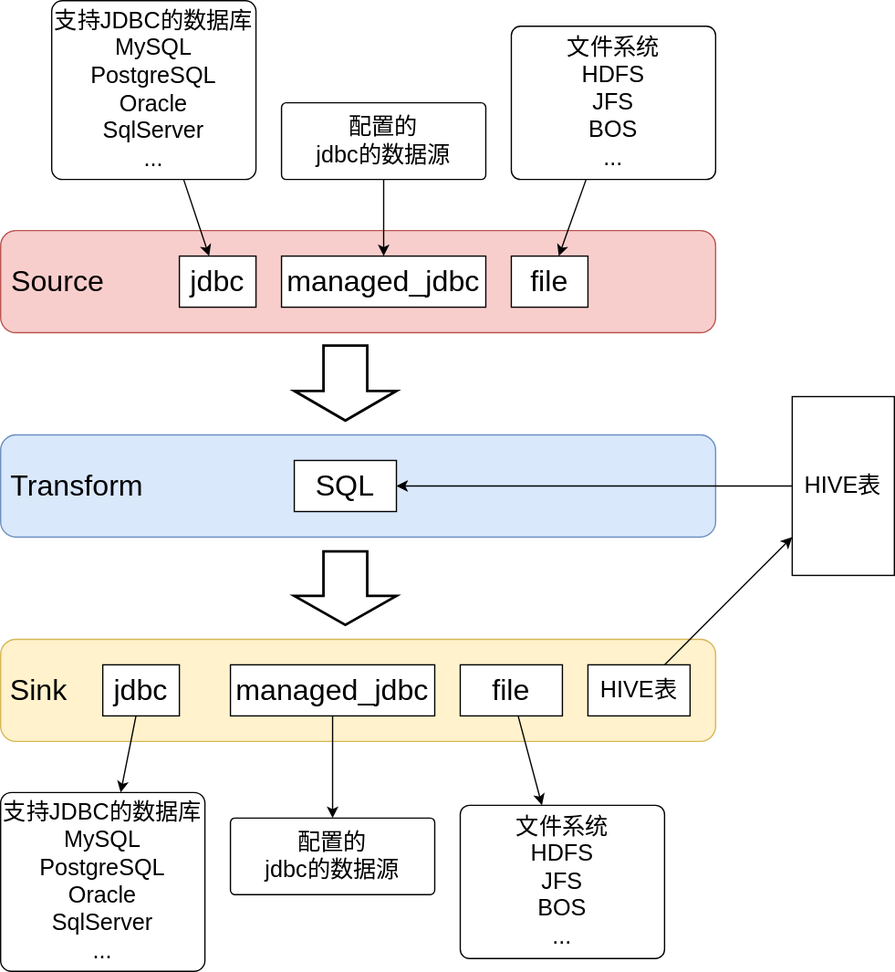
Earlier version of the draw.io export maple-engine-plugins/maple-spark/apps/maple-spark-data-calc/architecture.svg (rarexixi/maple). Source tidied: cells renumbered, new cells last; positions are measured from the earlier drawing's top-left corner, leaving out a move shared by most shapes.
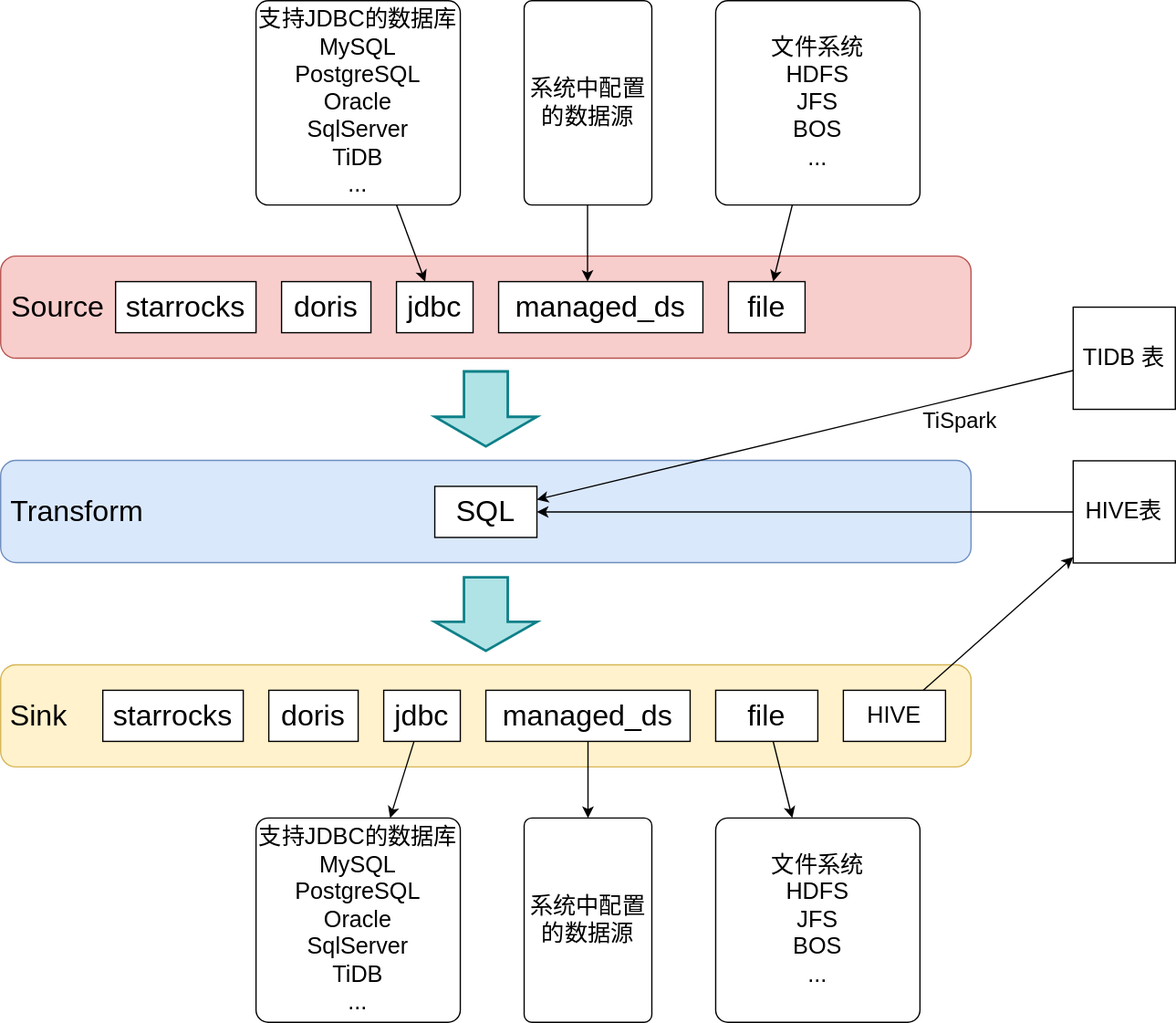
After the commit.

Change to the diagram source:
```diff
@@ -3,34 +3,34 @@
     <mxCell id="0" />
     <mxCell id="1" parent="0" />
     <mxCell id="2" style="rounded=1;whiteSpace=wrap;html=1;fillColor=#f8cecc;strokeColor=#b85450;" parent="1" vertex="1">
-      <mxGeometry y="180" width="560" height="80" as="geometry" />
+      <mxGeometry x="-200" y="180" width="760" height="80" as="geometry" />
     </mxCell>
     <mxCell id="3" style="rounded=1;whiteSpace=wrap;html=1;fillColor=#dae8fc;strokeColor=#6c8ebf;" parent="1" vertex="1">
-      <mxGeometry y="340" width="560" height="80" as="geometry" />
+      <mxGeometry x="-200" y="340" width="760" height="80" as="geometry" />
     </mxCell>
-    <mxCell id="4" style="shape=mxgraph.flowchart.transfer;whiteSpace=wrap;html=1;fillColor=#ffffff;strokeColor=#000000;strokeWidth=2;rotation=90;" parent="1" vertex="1">
-      <mxGeometry x="240.6" y="259.4" width="58.8" height="80" as="geometry" />
+    <mxCell id="4" style="shape=mxgraph.flowchart.transfer;whiteSpace=wrap;html=1;fillColor=#b0e3e6;strokeColor=#0e8088;strokeWidth=2;rotation=90;" parent="1" vertex="1">
+      <mxGeometry x="150.6" y="259.7" width="58.8" height="80" as="geometry" />
     </mxCell>
     <mxCell id="5" style="rounded=1;whiteSpace=wrap;html=1;fillColor=#fff2cc;strokeColor=#d6b656;" parent="1" vertex="1">
-      <mxGeometry y="500" width="560" height="80" as="geometry" />
+      <mxGeometry x="-200" y="500" width="760" height="80" as="geometry" />
     </mxCell>
     <mxCell id="6" value="Source" style="text;html=1;strokeColor=none;fillColor=none;align=center;verticalAlign=middle;whiteSpace=wrap;rounded=0;fontSize=23;" parent="1" vertex="1">
-      <mxGeometry y="200" width="90" height="40" as="geometry" />
+      <mxGeometry x="-200" y="200" width="90" height="40" as="geometry" />
     </mxCell>
     <mxCell id="7" value="Transform" style="text;html=1;strokeColor=none;fillColor=none;align=center;verticalAlign=middle;whiteSpace=wrap;rounded=0;fontSize=23;" parent="1" vertex="1">
-      <mxGeometry y="360" width="120" height="40" as="geometry" />
+      <mxGeometry x="-200" y="360" width="120" height="40" as="geometry" />
     </mxCell>
     <mxCell id="8" value="Sink" style="text;html=1;strokeColor=none;fillColor=none;align=center;verticalAlign=middle;whiteSpace=wrap;rounded=0;fontSize=23;" parent="1" vertex="1">
-      <mxGeometry y="520" width="60" height="40" as="geometry" />
+      <mxGeometry x="-200" y="520" width="60" height="40" as="geometry" />
     </mxCell>
     <mxCell id="9" value="jdbc" style="rounded=0;whiteSpace=wrap;html=1;fontSize=23;" parent="1" vertex="1">
-      <mxGeometry x="140" y="200" width="60" height="40" as="geometry" />
+      <mxGeometry x="110" y="200" width="60" height="40" as="geometry" />
     </mxCell>
     <mxCell id="10" value="file" style="rounded=0;whiteSpace=wrap;html=1;fontSize=23;" parent="1" vertex="1">
-      <mxGeometry x="400" y="200" width="60" height="40" as="geometry" />
+      <mxGeometry x="370" y="200" width="60" height="40" as="geometry" />
     </mxCell>
     <mxCell id="11" value="SQL" style="rounded=0;whiteSpace=wrap;html=1;fontSize=23;" parent="1" vertex="1">
-      <mxGeometry x="230" y="360" width="80" height="40" as="geometry" />
+      <mxGeometry x="140" y="360.3" width="80" height="40" as="geometry" />
     </mxCell>
     <mxCell id="12" style="endArrow=classic;html=1;fontSize=18;" parent="1" edge="1" source="25" target="9">
       <mxGeometry relative="1" as="geometry" />
@@ -38,14 +38,14 @@
     <mxCell id="13" style="endArrow=classic;html=1;fontSize=18;" parent="1" edge="1" source="26" target="10">
       <mxGeometry relative="1" as="geometry" />
     </mxCell>
-    <mxCell id="14" style="shape=mxgraph.flowchart.transfer;whiteSpace=wrap;html=1;fillColor=#ffffff;strokeColor=#000000;strokeWidth=2;rotation=90;" parent="1" vertex="1">
-      <mxGeometry x="241.2" y="420" width="57.5" height="80" as="geometry" />
+    <mxCell id="14" style="shape=mxgraph.flowchart.transfer;whiteSpace=wrap;html=1;fillColor=#b0e3e6;strokeColor=#0e8088;strokeWidth=2;rotation=90;" parent="1" vertex="1">
+      <mxGeometry x="151.2" y="420.3" width="57.5" height="80" as="geometry" />
     </mxCell>
     <mxCell id="15" style="edgeStyle=none;rounded=0;jettySize=auto;html=1;fontSize=18;" parent="1" edge="1" source="16" target="11">
       <mxGeometry relative="1" as="geometry" />
     </mxCell>
     <mxCell id="16" value="HIVE表" style="rounded=0;whiteSpace=wrap;html=1;fontSize=18;" parent="1" vertex="1">
-      <mxGeometry x="620" y="310" width="80" height="140" as="geometry" />
+      <mxGeometry x="640" y="340.3" width="80" height="80" as="geometry" />
     </mxCell>
     <mxCell id="17" style="rounded=1;jettySize=auto;html=1;fontSize=18;" parent="1" edge="1" source="18" target="24">
       <mxGeometry relative="1" as="geometry" />
@@ -56,44 +56,67 @@
     <mxCell id="19" style="edgeStyle=none;html=1;" parent="1" edge="1" source="20" target="16">
       <mxGeometry relative="1" as="geometry" />
     </mxCell>
-    <mxCell id="20" value="HIVE表" style="rounded=0;whiteSpace=wrap;html=1;fontSize=18;" parent="1" vertex="1">
+    <mxCell id="20" value="HIVE" style="rounded=0;whiteSpace=wrap;html=1;fontSize=18;" parent="1" vertex="1">
       <mxGeometry x="460" y="520" width="80" height="40" as="geometry" />
     </mxCell>
-    <mxCell id="21" value="&lt;span style=&quot;&quot;&gt;支持JDBC的数据库&lt;br&gt;MySQL&lt;br&gt;PostgreSQL&lt;br&gt;Oracle&lt;br&gt;SqlServer&lt;br&gt;...&lt;br&gt;&lt;/span&gt;" style="rounded=1;whiteSpace=wrap;html=1;fontSize=18;arcSize=6;fontStyle=0;" parent="1" vertex="1">
-      <mxGeometry y="620" width="160" height="140" as="geometry" />
+    <mxCell id="21" value="&lt;span style=&quot;&quot;&gt;支持JDBC的数据库&lt;br&gt;MySQL&lt;br&gt;PostgreSQL&lt;br&gt;Oracle&lt;br&gt;SqlServer&lt;br&gt;TiDB&lt;br&gt;...&lt;br&gt;&lt;/span&gt;" style="rounded=1;whiteSpace=wrap;html=1;fontSize=18;arcSize=6;fontStyle=0;" parent="1" vertex="1">
+      <mxGeometry y="620" width="160" height="160" as="geometry" />
     </mxCell>
     <mxCell id="22" style="rounded=1;jettySize=auto;html=1;fontSize=18;" parent="1" edge="1" source="23" target="21">
       <mxGeometry relative="1" as="geometry" />
     </mxCell>
     <mxCell id="23" value="jdbc" style="rounded=0;whiteSpace=wrap;html=1;fontSize=23;" parent="1" vertex="1">
-      <mxGeometry x="80" y="520" width="60" height="40" as="geometry" />
+      <mxGeometry x="100" y="520" width="60" height="40" as="geometry" />
     </mxCell>
     <mxCell id="24" value="&lt;span style&gt;文件系统&lt;br /&gt;HDFS&lt;br /&gt;JFS&lt;br /&gt;BOS&lt;br /&gt;...&lt;br /&gt;&lt;/span&gt;" style="rounded=1;whiteSpace=wrap;html=1;fontSize=18;arcSize=6;" parent="1" vertex="1">
-      <mxGeometry x="360" y="630" width="160" height="120" as="geometry" />
+      <mxGeometry x="360" y="620" width="160" height="160" as="geometry" />
     </mxCell>
-    <mxCell id="25" value="&lt;span style=&quot;&quot;&gt;支持JDBC的数据库&lt;br&gt;MySQL&lt;br&gt;PostgreSQL&lt;br&gt;Oracle&lt;br&gt;SqlServer&lt;br&gt;...&lt;br&gt;&lt;/span&gt;" style="rounded=1;whiteSpace=wrap;html=1;fontSize=18;arcSize=6;" parent="1" vertex="1">
-      <mxGeometry x="40" width="160" height="140" as="geometry" />
+    <mxCell id="25" value="&lt;span style=&quot;&quot;&gt;支持JDBC的数据库&lt;br&gt;MySQL&lt;br&gt;PostgreSQL&lt;br&gt;Oracle&lt;br&gt;SqlServer&lt;br&gt;&lt;/span&gt;TiDB&lt;span style=&quot;&quot;&gt;&lt;br&gt;...&lt;br&gt;&lt;/span&gt;" style="rounded=1;whiteSpace=wrap;html=1;fontSize=18;arcSize=6;" parent="1" vertex="1">
+      <mxGeometry y="-20" width="160" height="160" as="geometry" />
     </mxCell>
     <mxCell id="26" value="&lt;span style&gt;文件系统&lt;br /&gt;HDFS&lt;br /&gt;JFS&lt;br /&gt;BOS&lt;br /&gt;...&lt;br /&gt;&lt;/span&gt;" style="rounded=1;whiteSpace=wrap;html=1;fontSize=18;arcSize=6;" parent="1" vertex="1">
-      <mxGeometry x="400" y="20" width="160" height="120" as="geometry" />
+      <mxGeometry x="360" y="-20" width="160" height="160" as="geometry" />
     </mxCell>
-    <mxCell id="27" value="managed_jdbc" style="rounded=0;whiteSpace=wrap;html=1;fontSize=23;" parent="1" vertex="1">
+    <mxCell id="27" value="managed_ds" style="rounded=0;whiteSpace=wrap;html=1;fontSize=23;" parent="1" vertex="1">
       <mxGeometry x="180" y="520" width="160" height="40" as="geometry" />
     </mxCell>
     <mxCell id="28" style="html=1;" parent="1" edge="1" source="27" target="29">
       <mxGeometry relative="1" as="geometry" />
     </mxCell>
-    <mxCell id="29" value="&lt;span style=&quot;&quot;&gt;配置的&lt;br&gt;jdbc的数据源&lt;br&gt;&lt;/span&gt;" style="rounded=1;whiteSpace=wrap;html=1;fontSize=18;arcSize=6;" parent="1" vertex="1">
-      <mxGeometry x="180" y="640" width="160" height="60" as="geometry" />
+    <mxCell id="29" value="&lt;span style=&quot;&quot;&gt;系统中配置的数据源&lt;br&gt;&lt;/span&gt;" style="rounded=1;whiteSpace=wrap;html=1;fontSize=18;arcSize=6;" parent="1" vertex="1">
+      <mxGeometry x="210" y="620" width="100" height="160" as="geometry" />
     </mxCell>
     <mxCell id="30" style="edgeStyle=elbowEdgeStyle;html=1;" parent="1" edge="1" source="31" target="32">
       <mxGeometry relative="1" as="geometry" />
     </mxCell>
-    <mxCell id="31" value="&lt;span style=&quot;&quot;&gt;配置的&lt;br&gt;jdbc的数据源&lt;br&gt;&lt;/span&gt;" style="rounded=1;whiteSpace=wrap;html=1;fontSize=18;arcSize=6;" parent="1" vertex="1">
-      <mxGeometry x="220" y="80" width="160" height="60" as="geometry" />
+    <mxCell id="31" value="&lt;span style=&quot;&quot;&gt;系统中配置的数据源&lt;br&gt;&lt;/span&gt;" style="rounded=1;whiteSpace=wrap;html=1;fontSize=18;arcSize=6;" parent="1" vertex="1">
+      <mxGeometry x="210" y="-20" width="100" height="160" as="geometry" />
     </mxCell>
-    <mxCell id="32" value="managed_jdbc" style="rounded=0;whiteSpace=wrap;html=1;fontSize=23;" parent="1" vertex="1">
-      <mxGeometry x="220" y="200" width="160" height="40" as="geometry" />
+    <mxCell id="32" value="managed_ds" style="rounded=0;whiteSpace=wrap;html=1;fontSize=23;" parent="1" vertex="1">
+      <mxGeometry x="190" y="200" width="160" height="40" as="geometry" />
     </mxCell>
+    <mxCell id="33" value="doris" style="rounded=0;whiteSpace=wrap;html=1;fontSize=23;" parent="1" vertex="1">
+      <mxGeometry x="20" y="200" width="70" height="40" as="geometry" />
+    </mxCell>
+    <mxCell id="34" value="starrocks" style="rounded=0;whiteSpace=wrap;html=1;fontSize=23;" parent="1" vertex="1">
+      <mxGeometry x="-110" y="200" width="110" height="40" as="geometry" />
+    </mxCell>
+    <mxCell id="35" value="doris" style="rounded=0;whiteSpace=wrap;html=1;fontSize=23;" parent="1" vertex="1">
+      <mxGeometry x="10" y="520" width="70" height="40" as="geometry" />
+    </mxCell>
+    <mxCell id="36" value="starrocks" style="rounded=0;whiteSpace=wrap;html=1;fontSize=23;" parent="1" vertex="1">
+      <mxGeometry x="-120" y="520" width="110" height="40" as="geometry" />
+    </mxCell>
+    <mxCell id="37" style="edgeStyle=none;html=1;" parent="1" edge="1" source="39" target="11">
+      <mxGeometry relative="1" as="geometry" />
+    </mxCell>
+    <mxCell id="38" value="&lt;font style=&quot;font-size: 17px;&quot;&gt;TiSpark&lt;/font&gt;" style="edgeLabel;html=1;align=center;verticalAlign=middle;labelBackgroundColor=none;" parent="37" vertex="1">
+      <mxGeometry x="-0.21" y="-3" relative="1" as="geometry">
+        <mxPoint x="77" y="3" as="offset" />
+      </mxGeometry>
+    </mxCell>
+    <mxCell id="39" value="TIDB 表" style="rounded=0;whiteSpace=wrap;html=1;fontSize=18;" parent="1" vertex="1">
+      <mxGeometry x="640" y="220" width="80" height="80" as="geometry" />
+    </mxCell>
   </root>
 </mxGraphModel>
```
